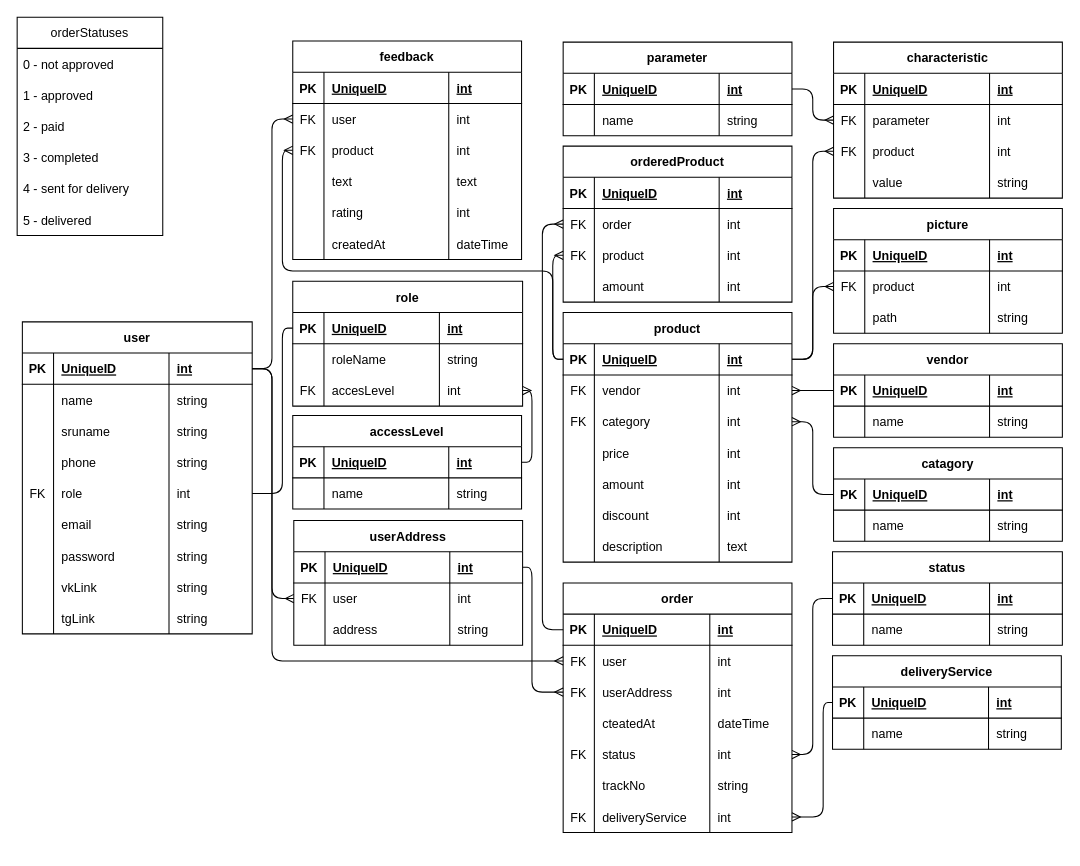
Above: VoiakaGM.drawio in TMWAG/voiakaGM-shop (draw.io), before the change. Source tidied: cells renumbered, new cells numbered last; positions are measured from the earlier drawing's top-left corner, leaving out a move shared by most shapes. Both pictures are drawn from the tidied source at 104%, with x=0, y=0 at pixel (17, 17).
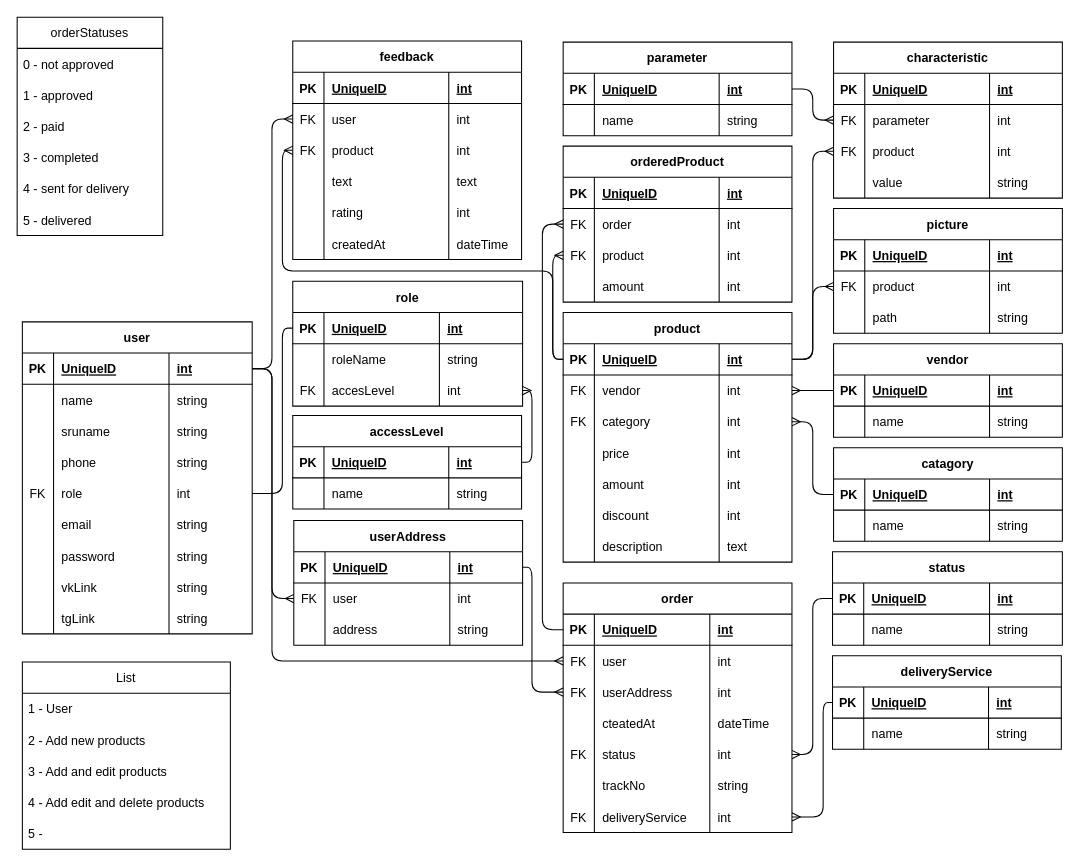
Above is the later version.

Commit message:
Added table with access levels

What changed in the source:
```diff
@@
+    <mxCell id="272" value="List" style="swimlane;fontStyle=0;horizontal=1;startSize=30;" parent="1" vertex="1">
+      <mxGeometry x="5" y="620" width="200" height="180" as="geometry" />
+    </mxCell>
+    <mxCell id="273" value="1 - User" style="text;strokeColor=none;fillColor=none;align=left;verticalAlign=middle;spacingLeft=4;spacingRight=4;overflow=hidden;" parent="272" vertex="1">
+      <mxGeometry y="30" width="200" height="30" as="geometry" />
+    </mxCell>
+    <mxCell id="274" value="2 - Add new products" style="text;strokeColor=none;fillColor=none;align=left;verticalAlign=middle;spacingLeft=4;spacingRight=4;overflow=hidden;" parent="272" vertex="1">
+      <mxGeometry y="60" width="200" height="30" as="geometry" />
+    </mxCell>
+    <mxCell id="275" value="3 - Add and edit products" style="text;strokeColor=none;fillColor=none;align=left;verticalAlign=middle;spacingLeft=4;spacingRight=4;overflow=hidden;" parent="272" vertex="1">
+      <mxGeometry y="90" width="200" height="30" as="geometry" />
+    </mxCell>
+    <mxCell id="276" value="4 - Add edit and delete products" style="text;strokeColor=none;fillColor=none;align=left;verticalAlign=middle;spacingLeft=4;spacingRight=4;overflow=hidden;" parent="272" vertex="1">
+      <mxGeometry y="120" width="200" height="30" as="geometry" />
+    </mxCell>
+    <mxCell id="277" value="5 - " style="text;strokeColor=none;fillColor=none;align=left;verticalAlign=middle;spacingLeft=4;spacingRight=4;overflow=hidden;" parent="272" vertex="1">
+      <mxGeometry y="150" width="200" height="30" as="geometry" />
+    </mxCell>
```
